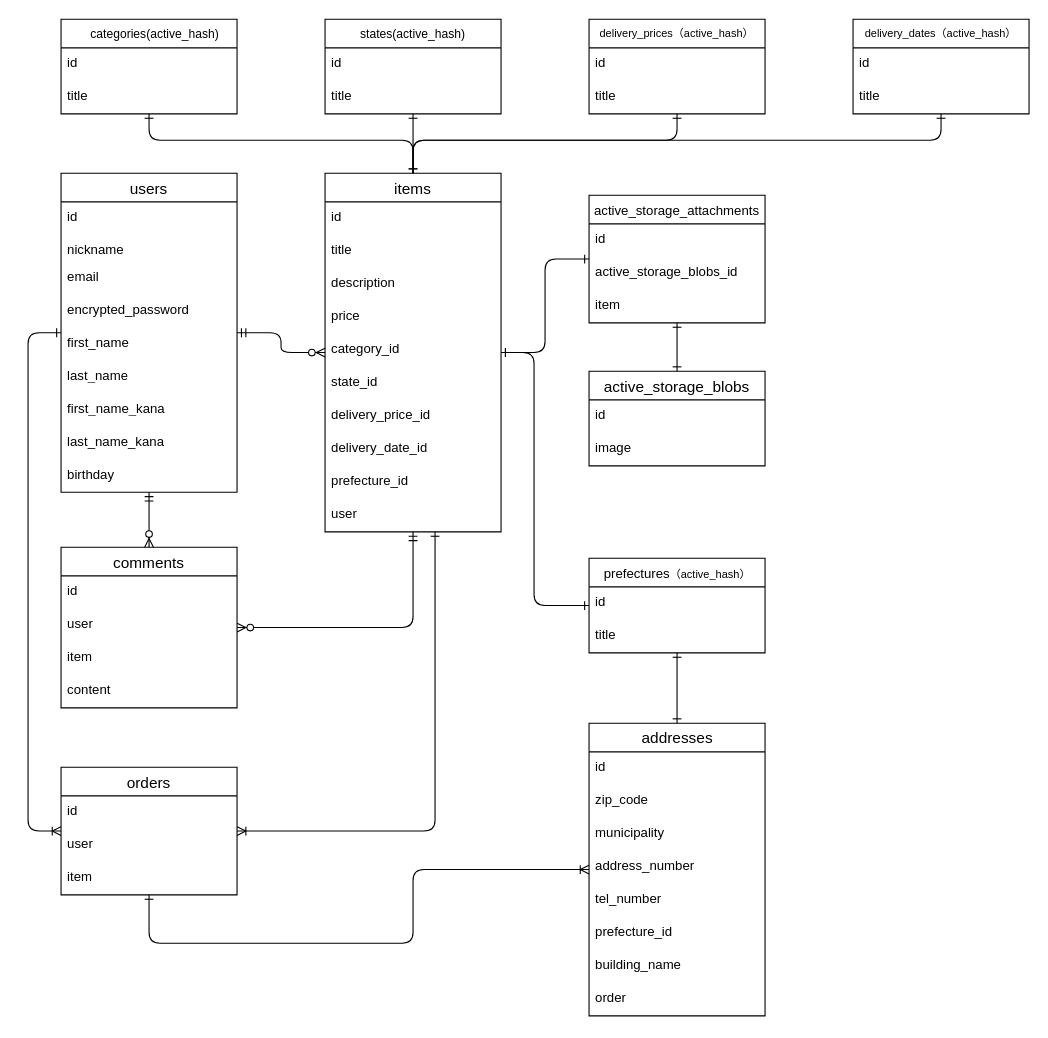
This is page "ページ2" (2 of 2) of db-plan.dio from tks-sugita/furima-37380, a draw.io file, before an edit. Source tidied: cells renumbered, new cells numbered last; positions are measured from the earlier drawing's top-left corner, leaving out a move shared by most shapes. Both pictures are drawn from the tidied source at 110%, with x=0, y=0 at pixel (28, 19).
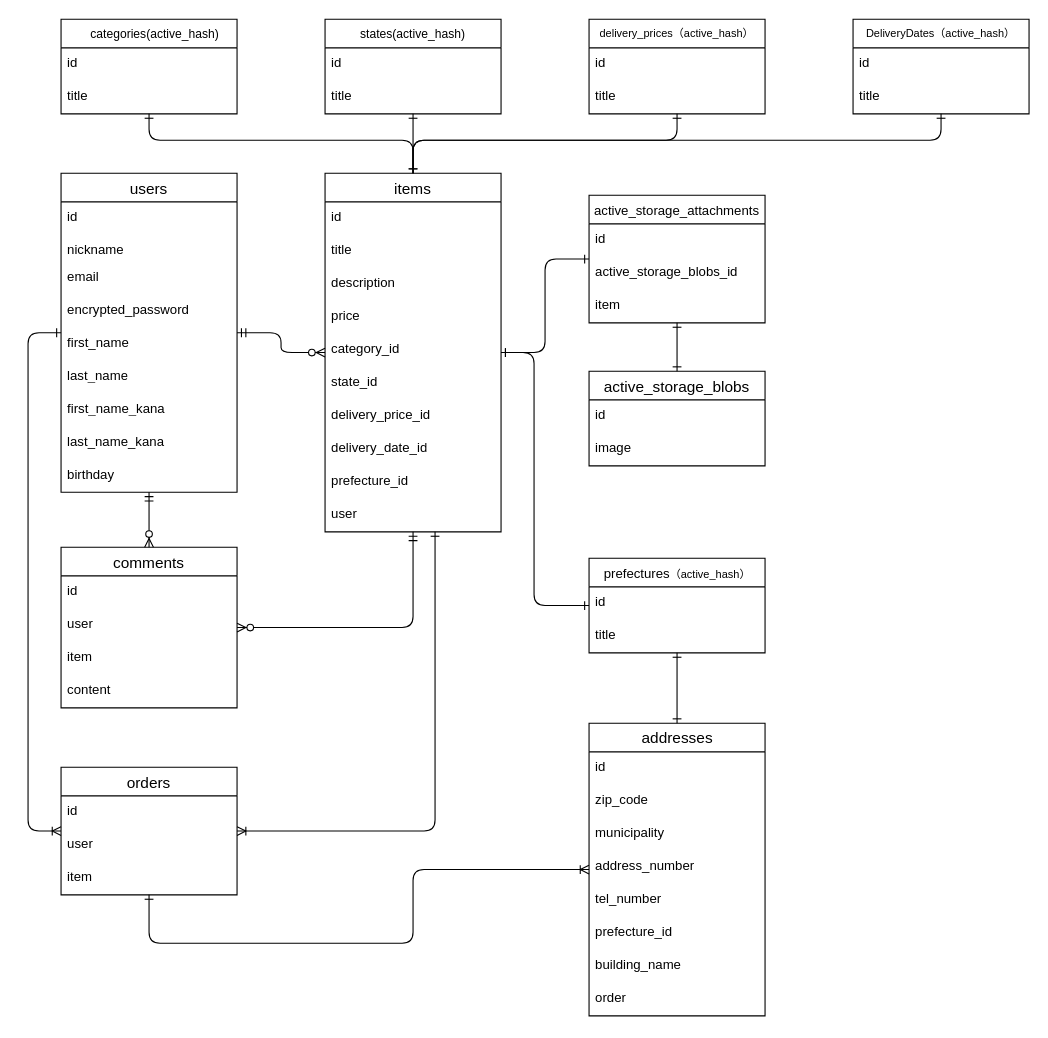
The same diagram, later.

Change to the diagram source:
```diff
@@
-    <mxCell id="43" value="delivery_dates（active_hash）" style="swimlane;fontStyle=0;horizontal=1;startSize=26;align=center;fontSize=10;" parent="1" vertex="1">
+    <mxCell id="43" value="DeliveryDates（active_hash）" style="swimlane;fontStyle=0;horizontal=1;startSize=26;align=center;fontSize=10;" parent="1" vertex="1">
       <mxGeometry x="750" width="160" height="86" as="geometry" />
     </mxCell>
```
